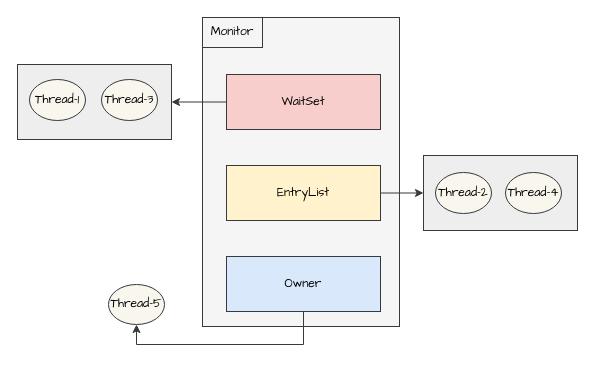
LittleY98/Draw_Repository keeps this draw.io diagram as page "Monitor" (9 of 13) of JUC.drawio. Above is the earlier version. Source tidied: cells renumbered, new cells numbered last; positions are measured from the earlier drawing's top-left corner, leaving out a move shared by most shapes. Both pictures are drawn from the tidied source at 100%, with x=0, y=0 at pixel (17, 17).
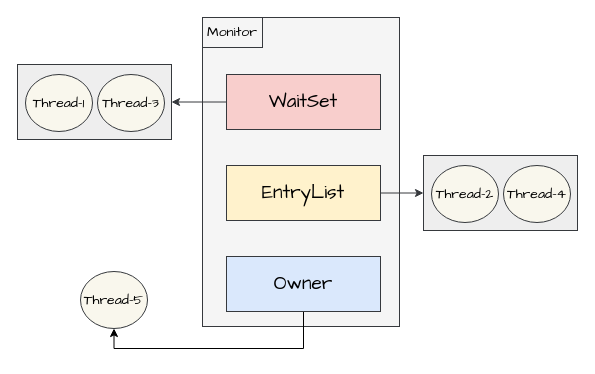
Above is the later version.

Change to the diagram source:
```diff
@@
 <mxGraphModel>
   <root>
     <mxCell id="0" />
     <mxCell id="1" parent="0" />
-    <mxCell id="2" style="rounded=0;whiteSpace=wrap;html=1;fontFamily=Comic Sans MS;fillColor=#eeeeee;strokeColor=#36393D;" parent="1" vertex="1">
+    <mxCell id="2" style="rounded=0;whiteSpace=wrap;html=1;fontFamily=Comic Sans MS;fillColor=#eeeeee;strokeColor=#36393D;fontSize=13;" parent="1" vertex="1">
       <mxGeometry x="406" y="138" width="154" height="75" as="geometry" />
     </mxCell>
-    <mxCell id="3" style="rounded=0;whiteSpace=wrap;html=1;fontFamily=Comic Sans MS;fillColor=#eeeeee;strokeColor=#36393D;" parent="1" vertex="1">
+    <mxCell id="3" style="rounded=0;whiteSpace=wrap;html=1;fontFamily=Comic Sans MS;fillColor=#eeeeee;strokeColor=#36393D;fontSize=13;" parent="1" vertex="1">
       <mxGeometry y="47" width="154" height="75" as="geometry" />
     </mxCell>
-    <mxCell id="4" style="rounded=0;whiteSpace=wrap;html=1;fontFamily=Comic Sans MS;fillColor=#f5f5f5;strokeColor=#36393D;fontColor=#333333;" parent="1" vertex="1">
+    <mxCell id="4" style="rounded=0;whiteSpace=wrap;html=1;fontFamily=Comic Sans MS;fillColor=#f5f5f5;strokeColor=#36393D;fontColor=#333333;fontSize=13;" parent="1" vertex="1">
       <mxGeometry x="185" width="197" height="309" as="geometry" />
     </mxCell>
-    <mxCell id="5" style="edgeStyle=orthogonalEdgeStyle;rounded=0;jettySize=auto;html=1;exitX=0;exitY=0.5;exitDx=0;exitDy=0;entryX=1;entryY=0.5;entryDx=0;entryDy=0;strokeColor=#36393D;" parent="1" edge="1" source="6" target="3">
+    <mxCell id="5" style="edgeStyle=orthogonalEdgeStyle;rounded=0;jettySize=auto;html=1;exitX=0;exitY=0.5;exitDx=0;exitDy=0;entryX=1;entryY=0.5;entryDx=0;entryDy=0;strokeColor=#36393D;fontSize=13;" parent="1" edge="1" source="6" target="3">
       <mxGeometry relative="1" as="geometry" />
     </mxCell>
-    <mxCell id="6" value="WaitSet" style="rounded=0;whiteSpace=wrap;html=1;fontFamily=Comic Sans MS;fillColor=#f8cecc;strokeColor=#36393D;" parent="1" vertex="1">
+    <mxCell id="6" value="WaitSet" style="rounded=0;whiteSpace=wrap;html=1;fontFamily=Comic Sans MS;fillColor=#f8cecc;strokeColor=#36393D;fontSize=19;" parent="1" vertex="1">
       <mxGeometry x="209" y="57" width="154" height="55" as="geometry" />
     </mxCell>
-    <mxCell id="7" style="edgeStyle=orthogonalEdgeStyle;rounded=0;jettySize=auto;html=1;exitX=1;exitY=0.5;exitDx=0;exitDy=0;entryX=0;entryY=0.5;entryDx=0;entryDy=0;strokeColor=#36393D;" parent="1" edge="1" source="8" target="2">
+    <mxCell id="7" style="edgeStyle=orthogonalEdgeStyle;rounded=0;jettySize=auto;html=1;exitX=1;exitY=0.5;exitDx=0;exitDy=0;entryX=0;entryY=0.5;entryDx=0;entryDy=0;strokeColor=#36393D;fontSize=13;" parent="1" edge="1" source="8" target="2">
       <mxGeometry relative="1" as="geometry" />
     </mxCell>
-    <mxCell id="8" value="EntryList" style="rounded=0;whiteSpace=wrap;html=1;fontFamily=Comic Sans MS;fillColor=#fff2cc;strokeColor=#36393D;" parent="1" vertex="1">
+    <mxCell id="8" value="EntryList" style="rounded=0;whiteSpace=wrap;html=1;fontFamily=Comic Sans MS;fillColor=#fff2cc;strokeColor=#36393D;fontSize=19;" parent="1" vertex="1">
       <mxGeometry x="209" y="148" width="154" height="55" as="geometry" />
     </mxCell>
-    <mxCell id="9" style="edgeStyle=orthogonalEdgeStyle;rounded=0;jettySize=auto;html=1;exitX=0.5;exitY=1;exitDx=0;exitDy=0;entryX=0.5;entryY=1;entryDx=0;entryDy=0;fontFamily=Comic Sans MS;strokeColor=#36393D;" parent="1" edge="1" source="10" target="11">
+    <mxCell id="9" style="edgeStyle=orthogonalEdgeStyle;rounded=0;jettySize=auto;html=1;exitX=0.5;exitY=1;exitDx=0;exitDy=0;entryX=0.5;entryY=1;entryDx=0;entryDy=0;" parent="1" edge="1" source="10" target="11">
       <mxGeometry relative="1" as="geometry" />
     </mxCell>
-    <mxCell id="10" value="Owner" style="rounded=0;whiteSpace=wrap;html=1;fontFamily=Comic Sans MS;fillColor=#dae8fc;strokeColor=#36393D;" parent="1" vertex="1">
+    <mxCell id="10" value="Owner" style="rounded=0;whiteSpace=wrap;html=1;fontFamily=Comic Sans MS;fillColor=#dae8fc;strokeColor=#36393D;fontSize=19;" parent="1" vertex="1">
       <mxGeometry x="209" y="239" width="154" height="55" as="geometry" />
     </mxCell>
-    <mxCell id="11" value="Thread-5" style="ellipse;whiteSpace=wrap;html=1;fontFamily=Comic Sans MS;fillColor=#f9f7ed;strokeColor=#36393D;rounded=0;" parent="1" vertex="1">
-      <mxGeometry x="91" y="267" width="56" height="40" as="geometry" />
-    </mxCell>
+    <mxCell id="14" value="Thread-2" style="ellipse;whiteSpace=wrap;html=1;fontFamily=Comic Sans MS;fillColor=#f9f7ed;strokeColor=#36393D;rounded=0;fontSize=14;" parent="1" vertex="1">
+      <mxGeometry x="414" y="148" width="67" height="57" as="geometry" />
+    </mxCell>
+    <mxCell id="16" value="Monitor" style="text;html=1;align=center;verticalAlign=middle;whiteSpace=wrap;rounded=0;fontFamily=Comic Sans MS;strokeColor=#36393D;fontSize=14;" parent="1" vertex="1">
+      <mxGeometry x="185" width="60" height="30" as="geometry" />
+    </mxCell>
+    <mxCell id="15" value="Thread-4" style="ellipse;whiteSpace=wrap;html=1;fontFamily=Comic Sans MS;fillColor=#f9f7ed;strokeColor=#36393D;rounded=0;fontSize=14;" parent="1" vertex="1">
+      <mxGeometry x="486" y="148" width="67" height="57" as="geometry" />
+    </mxCell>
-    <mxCell id="12" value="Thread-1" style="ellipse;whiteSpace=wrap;html=1;fontFamily=Comic Sans MS;fillColor=#f9f7ed;strokeColor=#36393D;rounded=0;" parent="1" vertex="1">
-      <mxGeometry x="12" y="62" width="56" height="41" as="geometry" />
+    <mxCell id="12" value="Thread-1" style="ellipse;whiteSpace=wrap;html=1;fontFamily=Comic Sans MS;fillColor=#f9f7ed;strokeColor=#36393D;rounded=0;fontSize=14;" parent="1" vertex="1">
+      <mxGeometry x="8" y="57" width="67" height="57" as="geometry" />
     </mxCell>
-    <mxCell id="13" value="Thread-3" style="ellipse;whiteSpace=wrap;html=1;fontFamily=Comic Sans MS;fillColor=#f9f7ed;strokeColor=#36393D;rounded=0;" parent="1" vertex="1">
-      <mxGeometry x="84" y="62" width="56" height="41" as="geometry" />
+    <mxCell id="13" value="Thread-3" style="ellipse;whiteSpace=wrap;html=1;fontFamily=Comic Sans MS;fillColor=#f9f7ed;strokeColor=#36393D;rounded=0;fontSize=14;" parent="1" vertex="1">
+      <mxGeometry x="80" y="57" width="67" height="57" as="geometry" />
     </mxCell>
-    <mxCell id="14" value="Thread-2" style="ellipse;whiteSpace=wrap;html=1;fontFamily=Comic Sans MS;fillColor=#f9f7ed;strokeColor=#36393D;rounded=0;" parent="1" vertex="1">
-      <mxGeometry x="418" y="155" width="56" height="41" as="geometry" />
-    </mxCell>
-    <mxCell id="15" value="Thread-4" style="ellipse;whiteSpace=wrap;html=1;fontFamily=Comic Sans MS;fillColor=#f9f7ed;strokeColor=#36393D;rounded=0;" parent="1" vertex="1">
-      <mxGeometry x="488" y="155" width="56" height="41" as="geometry" />
-    </mxCell>
-    <mxCell id="16" value="Monitor" style="text;html=1;align=center;verticalAlign=middle;whiteSpace=wrap;rounded=0;fontFamily=Comic Sans MS;strokeColor=#36393D;" parent="1" vertex="1">
-      <mxGeometry x="185" width="60" height="30" as="geometry" />
-    </mxCell>
+    <mxCell id="11" value="Thread-5" style="ellipse;whiteSpace=wrap;html=1;fontFamily=Comic Sans MS;fillColor=#f9f7ed;strokeColor=#36393D;rounded=0;fontSize=14;" parent="1" vertex="1">
+      <mxGeometry x="63" y="254" width="67" height="57" as="geometry" />
+    </mxCell>
   </root>
 </mxGraphModel>
```
